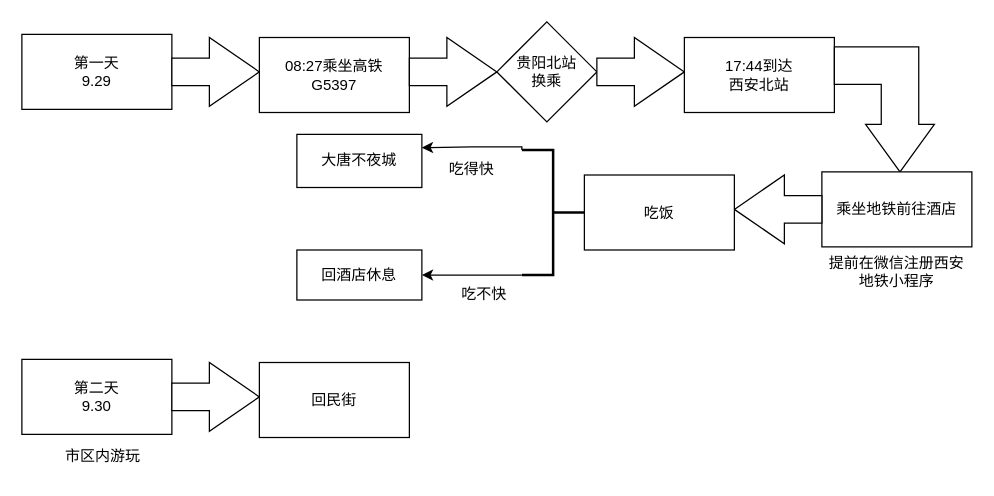
Before: Xi'an.drawio in stanic11/2048-Alphabeta-Pruning, a draw.io diagram. Source tidied: cells renumbered, new cells numbered last; positions are measured from the earlier drawing's top-left corner, leaving out a move shared by most shapes. Both pictures are drawn from the tidied source at 125%, with x=0, y=0 at pixel (21, 21).
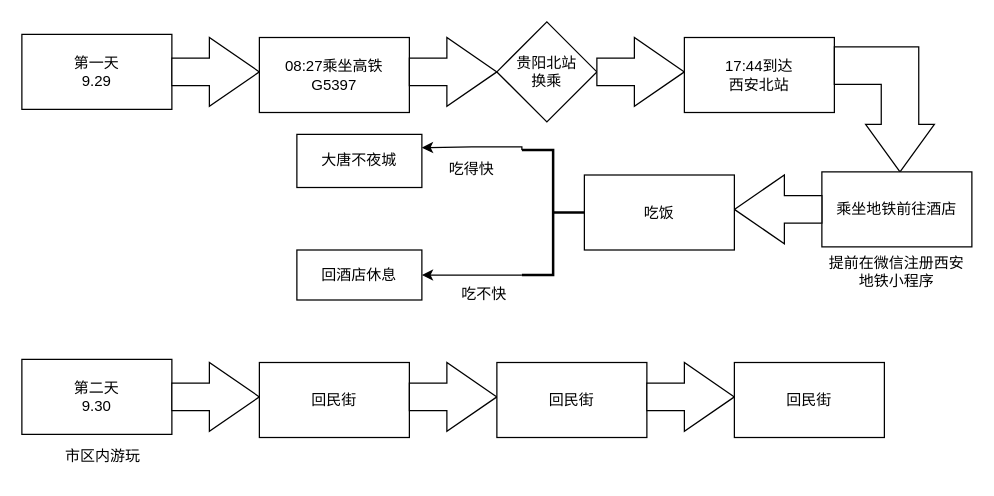
After the change.

Change to the diagram source:
```diff
@@
+    <mxCell id="25" style="html=1;shadow=0;dashed=0;align=center;verticalAlign=middle;shape=mxgraph.arrows2.arrow;dy=0.6;dx=40;notch=0;" parent="1" vertex="1">
+      <mxGeometry x="310" y="272.5" width="70" height="55" as="geometry" />
+    </mxCell>
+    <mxCell id="26" value="回民街" style="rounded=0;whiteSpace=wrap;html=1;" parent="1" vertex="1">
+      <mxGeometry x="380" y="272.5" width="120" height="60" as="geometry" />
+    </mxCell>
+    <mxCell id="27" style="html=1;shadow=0;dashed=0;align=center;verticalAlign=middle;shape=mxgraph.arrows2.arrow;dy=0.6;dx=40;notch=0;" parent="1" vertex="1">
+      <mxGeometry x="500" y="272.5" width="70" height="55" as="geometry" />
+    </mxCell>
+    <mxCell id="28" value="回民街" style="rounded=0;whiteSpace=wrap;html=1;" parent="1" vertex="1">
+      <mxGeometry x="570" y="272.5" width="120" height="60" as="geometry" />
+    </mxCell>
```
